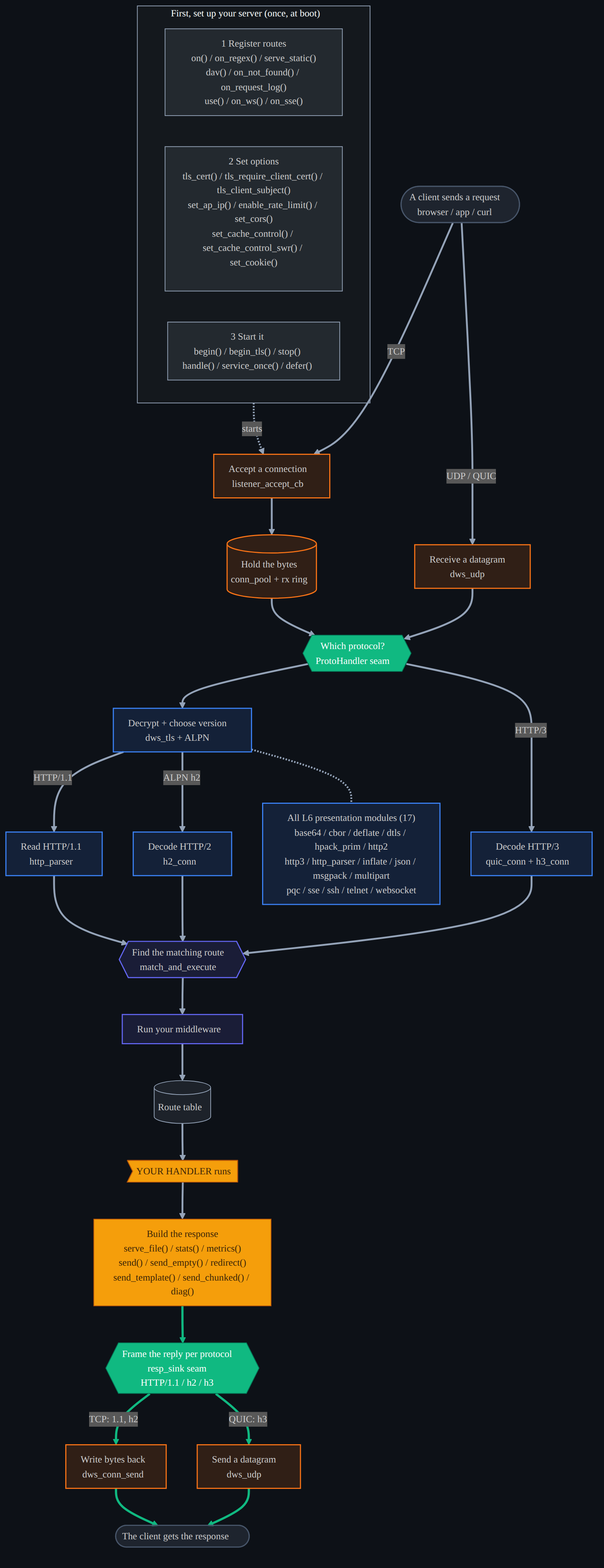
dstroy0/DeterministicESPAsyncWebServer keeps this Mermaid diagram as docs/diagrams/api_flow_detail.dark.png. Above is the earlier version. Its source is kept beside it as docs/diagrams/api_flow_detail.mmd.
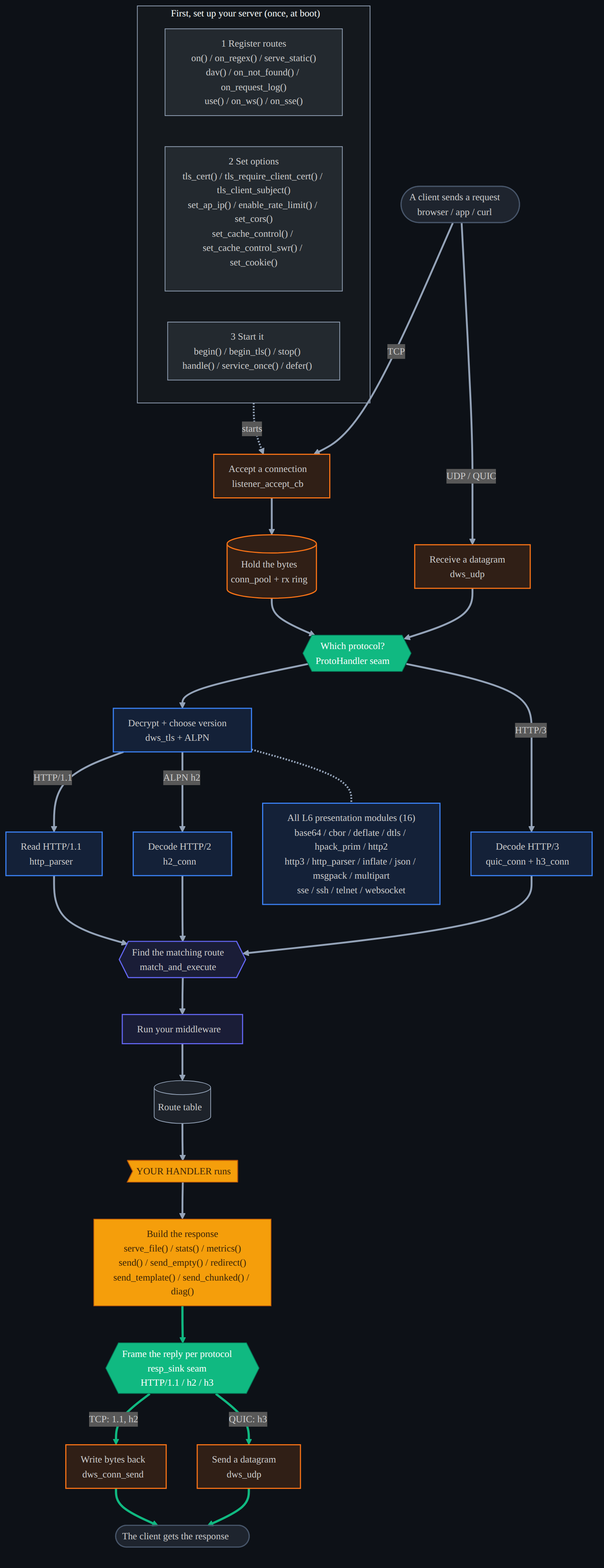
The same file after the commit.

Diff of the diagram source:
```diff
@@ -25,7 +25,7 @@
   consend["Write bytes back<br/>dws_conn_send"]
   udptx["Send a datagram<br/>dws_udp"]
   cout(["The client gets the response"])
-  mods["All L6 presentation modules (17)<br/>base64 / cbor / deflate / dtls / hpack_prim / http2<br/>http3 / http_parser / inflate / json / msgpack / multipart<br/>pqc / sse / ssh / telnet / websocket"]
+  mods["All L6 presentation modules (16)<br/>base64 / cbor / deflate / dtls / hpack_prim / http2<br/>http3 / http_parser / inflate / json / msgpack / multipart<br/>sse / ssh / telnet / websocket"]
 
   run -.->|starts| listen
   cin ==>|TCP| listen
```
